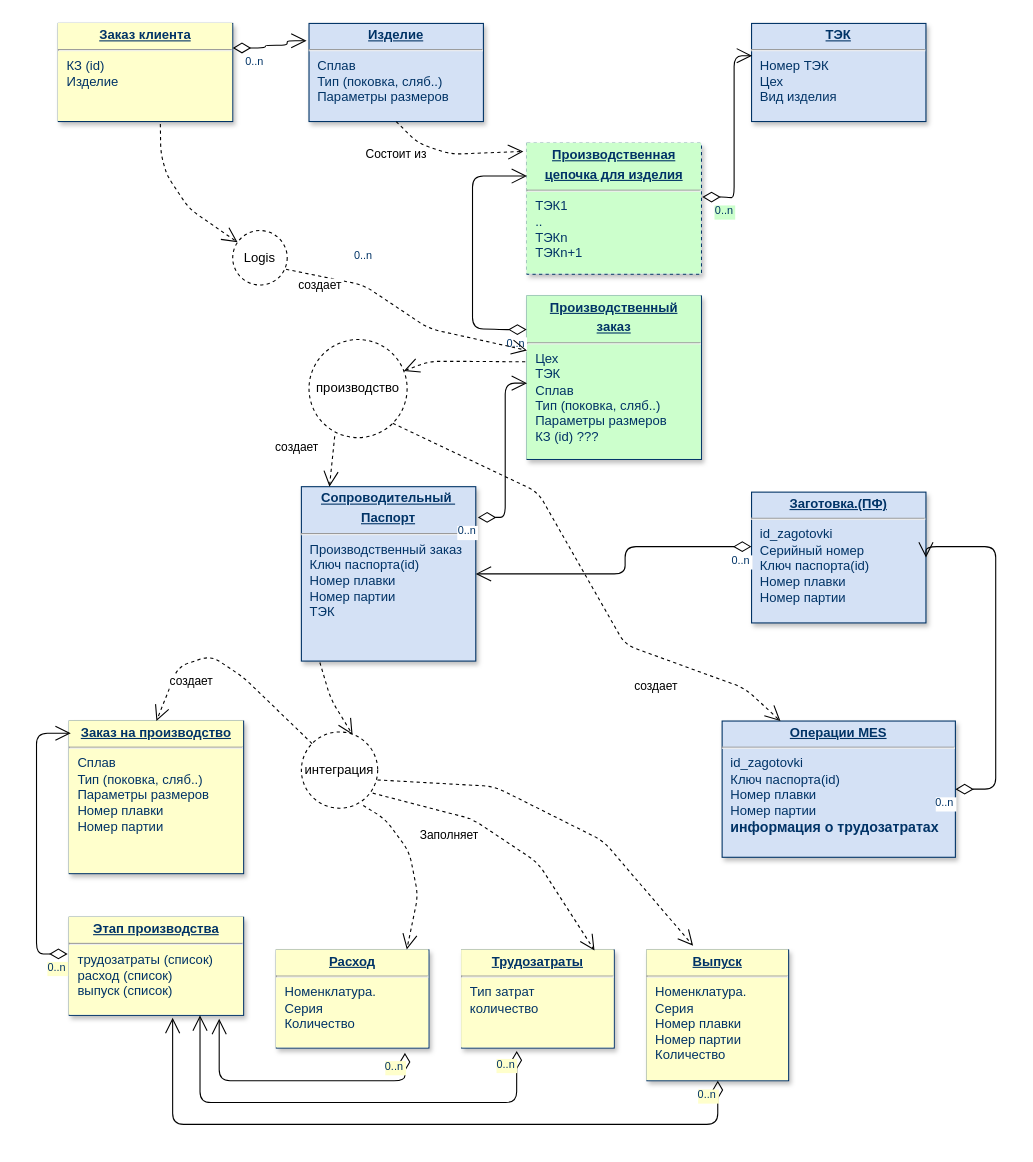
sashok74/Rarus keeps this draw.io diagram as VSMPO/models/Данные_в_системах.drawio. Above is the earlier version. Source tidied: cells renumbered, new cells numbered last; positions are measured from the earlier drawing's top-left corner, leaving out a move shared by most shapes. Both pictures are drawn from the tidied source at 109%, with x=0, y=0 at pixel (36, 23).
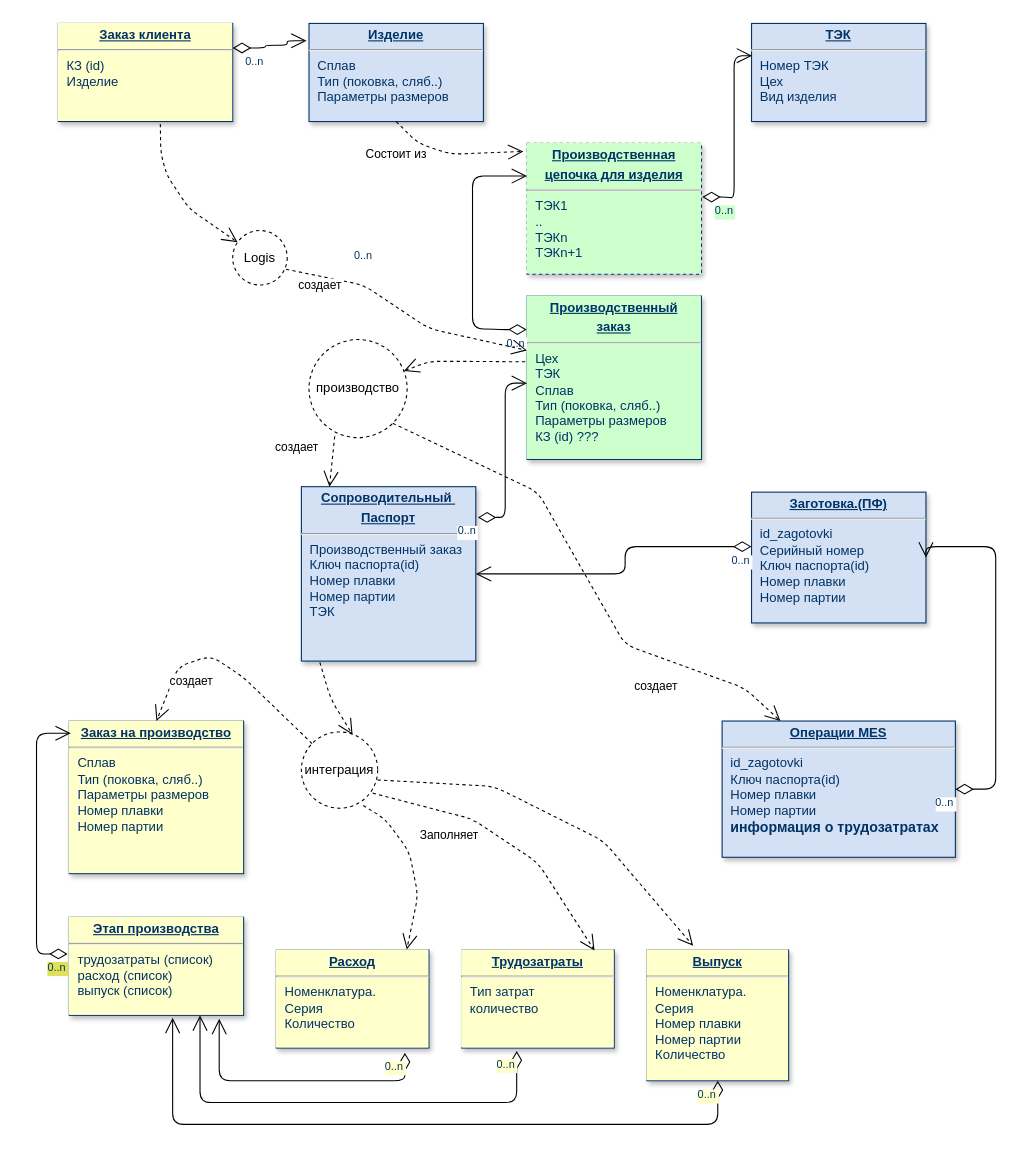
After the change.

The change refers to these unchanged cells:
```xml
<mxCell id="28" style="endArrow=open;endSize=12;startArrow=diamondThin;startSize=14;startFill=0;edgeStyle=orthogonalEdgeStyle;entryX=0.009;entryY=0.08;entryDx=0;entryDy=0;exitX=-0.009;exitY=0.374;exitDx=0;exitDy=0;exitPerimeter=0;entryPerimeter=0;labelBackgroundColor=#FFFFCC;" parent="1" edge="1" source="24" target="23">
  <mxGeometry x="-1010" y="991.3" as="geometry">
    <Array as="points">
      <mxPoint y="854" />
      <mxPoint y="651" />
    </Array>
  </mxGeometry>
</mxCell>
```

What changed in the source:
```diff
@@
-    <mxCell id="29" value="0..n" style="align=left;verticalAlign=top;labelBackgroundColor=#FFFFCC;fontSize=10;strokeColor=#003366;shadow=1;fillColor=#D4E1F5;fontColor=#003366;" parent="28" vertex="1">
+    <mxCell id="29" value="0..n" style="align=left;verticalAlign=top;labelBackgroundColor=#E0E05A;fontSize=10;strokeColor=#003366;shadow=1;fillColor=#D4E1F5;fontColor=#003366;" parent="28" vertex="1">
       <mxGeometry x="-1" relative="1" as="geometry">
         <mxPoint x="-20" as="offset" />
       </mxGeometry>
     </mxCell>
```
